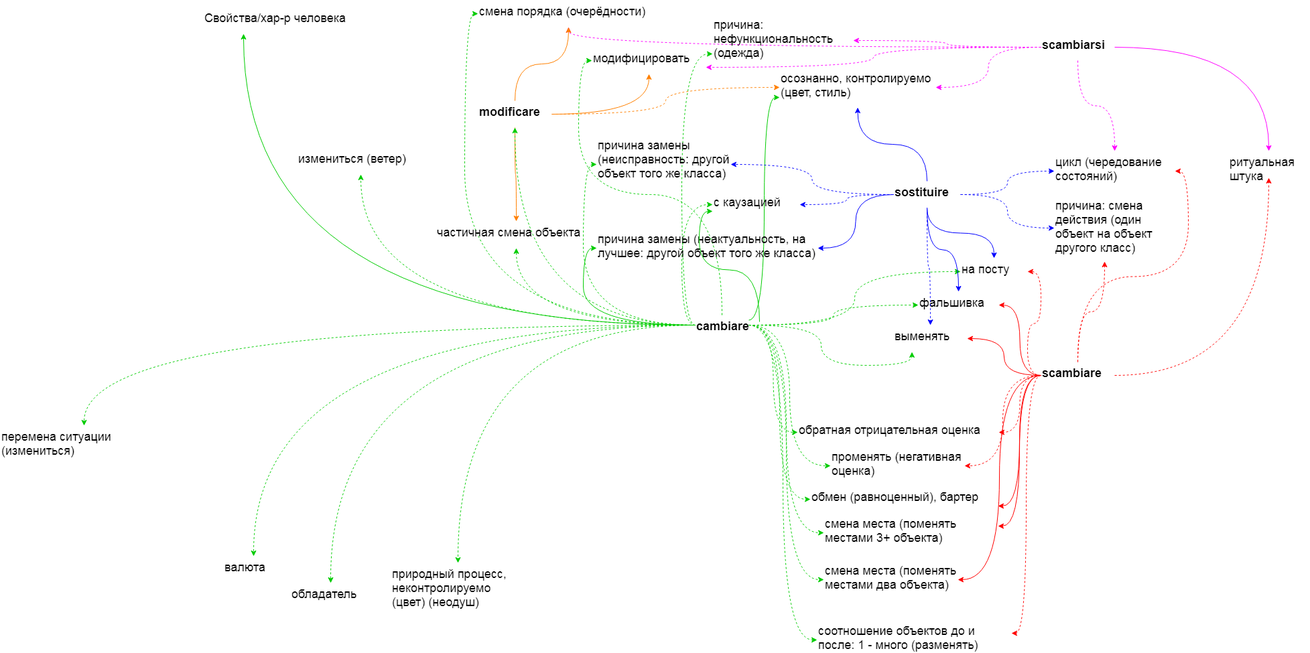
Earlier version of the draw.io export итал.png (JanaKoko/try). Source tidied: cells renumbered, new cells last; positions are measured from the earlier drawing's top-left corner, leaving out a move shared by most shapes.
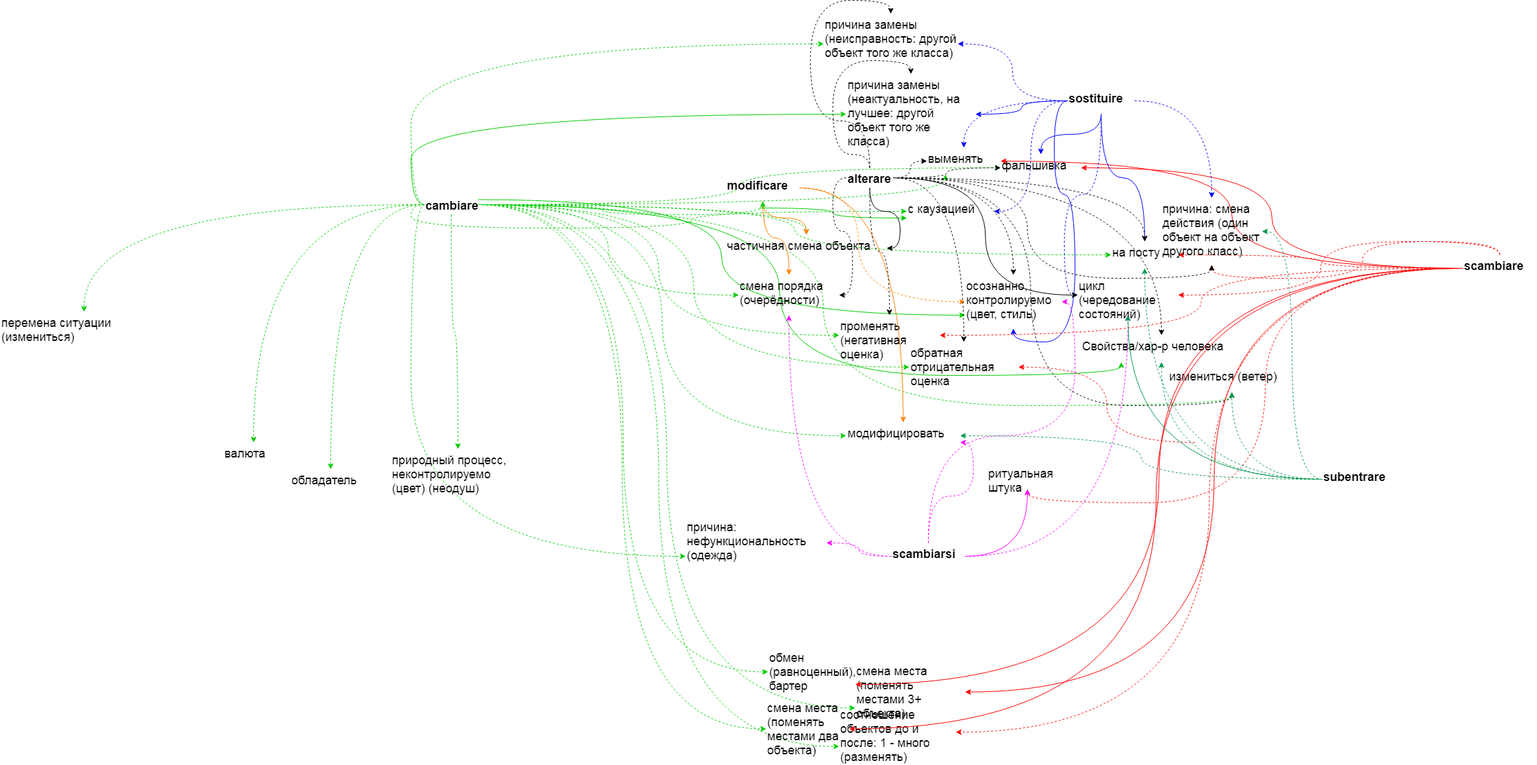
After the commit.

The edit, as a diff of the source:
```diff
@@ -72,25 +72,25 @@
       <mxGeometry relative="1" as="geometry" />
     </mxCell>
     <mxCell id="25" value="cambiare" style="text;whiteSpace=wrap;html=1;fontSize=18;fontStyle=1;" parent="1" vertex="1">
-      <mxGeometry x="1037" y="470" width="80" height="30" as="geometry" />
+      <mxGeometry x="633" y="460" width="80" height="30" as="geometry" />
     </mxCell>
     <mxCell id="26" value="Свойства/хар-р человека" style="text;whiteSpace=wrap;html=1;fontSize=18;" parent="1" vertex="1">
-      <mxGeometry x="303" y="10" width="240" height="40" as="geometry" />
+      <mxGeometry x="1613" y="670" width="240" height="40" as="geometry" />
     </mxCell>
     <mxCell id="27" value="причина замены (неактуальность, на лучшее: другой объект того же класса)" style="text;whiteSpace=wrap;html=1;fontSize=18;" parent="1" vertex="1">
-      <mxGeometry x="890" y="340" width="330" height="60" as="geometry" />
+      <mxGeometry x="1262.5" y="280" width="193" height="120" as="geometry" />
     </mxCell>
     <mxCell id="28" value="осознанно, контролируемо (цвет, стиль)" style="text;whiteSpace=wrap;html=1;fontSize=18;" parent="1" vertex="1">
-      <mxGeometry x="1163" y="100" width="233" height="60" as="geometry" />
+      <mxGeometry x="1440" y="580" width="144" height="80" as="geometry" />
     </mxCell>
     <mxCell id="29" value="выменять" style="text;whiteSpace=wrap;html=1;fontSize=18;" parent="1" vertex="1">
-      <mxGeometry x="1333" y="485" width="110" height="40" as="geometry" />
+      <mxGeometry x="1383" y="390" width="110" height="40" as="geometry" />
     </mxCell>
     <mxCell id="30" value="смена места (поменять местами 3+ объекта)" style="text;whiteSpace=wrap;html=1;fontSize=18;" parent="1" vertex="1">
-      <mxGeometry x="1229" y="765" width="260" height="40" as="geometry" />
+      <mxGeometry x="1276" y="1155" width="164" height="95" as="geometry" />
     </mxCell>
     <mxCell id="31" value="причина: нефункциональность (одежда)" style="text;whiteSpace=wrap;html=1;fontSize=18;" parent="1" vertex="1">
-      <mxGeometry x="1063" y="20" width="210" height="80" as="geometry" />
+      <mxGeometry x="1023" y="940" width="210" height="80" as="geometry" />
     </mxCell>
     <mxCell id="32" value="природный процесс, неконтролируемо (цвет) (неодуш)" style="text;whiteSpace=wrap;html=1;fontSize=18;" parent="1" vertex="1">
       <mxGeometry x="583" y="840" width="200" height="90" as="geometry" />
@@ -105,37 +105,37 @@
       <mxGeometry y="635" width="250" height="40" as="geometry" />
     </mxCell>
     <mxCell id="36" value="модифицировать" style="text;whiteSpace=wrap;html=1;fontSize=18;" parent="1" vertex="1">
-      <mxGeometry x="883" y="70" width="170" height="40" as="geometry" />
+      <mxGeometry x="1262.5" y="800" width="170" height="40" as="geometry" />
     </mxCell>
     <mxCell id="37" value="соотношение объектов до и после: 1 - много (разменять)" style="text;whiteSpace=wrap;html=1;fontSize=18;" parent="1" vertex="1">
-      <mxGeometry x="1219" y="925" width="290" height="40" as="geometry" />
+      <mxGeometry x="1252" y="1220" width="174" height="85" as="geometry" />
     </mxCell>
     <mxCell id="38" value="смена порядка (очерёдности)" style="text;whiteSpace=wrap;html=1;fontSize=18;" parent="1" vertex="1">
-      <mxGeometry x="713" width="270" height="40" as="geometry" />
+      <mxGeometry x="1102" y="580" width="150" height="60" as="geometry" />
     </mxCell>
     <mxCell id="39" value="причина замены (неисправность: другой объект того же класса)" style="text;whiteSpace=wrap;html=1;fontSize=18;" parent="1" vertex="1">
-      <mxGeometry x="890" y="200" width="200" height="90" as="geometry" />
+      <mxGeometry x="1229" y="190" width="200" height="90" as="geometry" />
     </mxCell>
     <mxCell id="40" value="частичная смена объекта" style="text;whiteSpace=wrap;html=1;fontSize=18;" parent="1" vertex="1">
-      <mxGeometry x="650" y="330" width="240" height="40" as="geometry" />
+      <mxGeometry x="1083" y="520" width="240" height="40" as="geometry" />
     </mxCell>
     <mxCell id="41" value="измениться (ветер)" style="text;whiteSpace=wrap;html=1;fontSize=18;" parent="1" vertex="1">
-      <mxGeometry x="443" y="220" width="190" height="40" as="geometry" />
+      <mxGeometry x="1743" y="715" width="190" height="40" as="geometry" />
     </mxCell>
     <mxCell id="42" value="фальшивка" style="text;whiteSpace=wrap;html=1;fontSize=18;" parent="1" vertex="1">
-      <mxGeometry x="1370" y="435" width="120" height="40" as="geometry" />
+      <mxGeometry x="1493" y="400" width="120" height="40" as="geometry" />
     </mxCell>
     <mxCell id="43" value="обратная отрицательная оценка" style="text;whiteSpace=wrap;html=1;fontSize=18;" parent="1" vertex="1">
-      <mxGeometry x="1190" y="625" width="300" height="40" as="geometry" />
+      <mxGeometry x="1356.5" y="680" width="163" height="75" as="geometry" />
     </mxCell>
     <mxCell id="44" value="на посту" style="text;whiteSpace=wrap;html=1;fontSize=18;" parent="1" vertex="1">
-      <mxGeometry x="1433" y="385" width="100" height="40" as="geometry" />
+      <mxGeometry x="1658" y="530" width="100" height="40" as="geometry" />
     </mxCell>
     <mxCell id="45" value="обмен (равноценный), бартер" style="text;whiteSpace=wrap;html=1;fontSize=18;" parent="1" vertex="1">
-      <mxGeometry x="1209" y="725" width="280" height="40" as="geometry" />
+      <mxGeometry x="1146" y="1135" width="130" height="75" as="geometry" />
     </mxCell>
     <mxCell id="46" value="променять (негативная оценка)" style="text;whiteSpace=wrap;html=1;fontSize=18;" parent="1" vertex="1">
-      <mxGeometry x="1239" y="665" width="200" height="60" as="geometry" />
+      <mxGeometry x="1252" y="640" width="150" height="60" as="geometry" />
     </mxCell>
     <mxCell id="47" style="edgeStyle=orthogonalEdgeStyle;curved=1;rounded=0;jettySize=auto;html=1;entryX=1;entryY=0.5;entryDx=0;entryDy=0;strokeColor=#FF0000;fontSize=18;" parent="1" edge="1" source="58" target="30">
       <mxGeometry relative="1" as="geometry" />
@@ -164,23 +164,25 @@
     <mxCell id="55" style="edgeStyle=orthogonalEdgeStyle;curved=1;rounded=0;jettySize=auto;html=1;entryX=1;entryY=0.5;entryDx=0;entryDy=0;dashed=1;strokeColor=#FF0000;fontSize=18;" parent="1" edge="1" source="58" target="44">
       <mxGeometry relative="1" as="geometry" />
     </mxCell>
-    <mxCell id="56" style="edgeStyle=orthogonalEdgeStyle;curved=1;rounded=0;jettySize=auto;html=1;entryX=1;entryY=0.5;entryDx=0;entryDy=0;dashed=1;strokeColor=#FF0000;fontSize=18;" parent="1" edge="1" source="58" target="43">
-      <mxGeometry relative="1" as="geometry" />
+    <mxCell id="56" style="edgeStyle=orthogonalEdgeStyle;curved=1;rounded=0;jettySize=auto;html=1;entryX=1;entryY=0.5;entryDx=0;entryDy=0;dashed=1;strokeColor=#FF0000;fontSize=18;" parent="1" edge="1" target="43">
+      <mxGeometry relative="1" as="geometry">
+        <mxPoint x="1783" y="830" as="sourcePoint" />
+      </mxGeometry>
     </mxCell>
     <mxCell id="57" style="edgeStyle=orthogonalEdgeStyle;curved=1;rounded=0;jettySize=auto;html=1;entryX=1;entryY=0.5;entryDx=0;entryDy=0;dashed=1;strokeColor=#FF0000;fontSize=18;" parent="1" edge="1" source="58" target="46">
       <mxGeometry relative="1" as="geometry" />
     </mxCell>
     <mxCell id="58" value="scambiare" style="text;whiteSpace=wrap;html=1;fontSize=18;fontStyle=1;" parent="1" vertex="1">
-      <mxGeometry x="1553" y="540" width="110" height="40" as="geometry" />
+      <mxGeometry x="2183" y="550" width="110" height="40" as="geometry" />
     </mxCell>
     <mxCell id="59" value="ритуальная штука" style="text;whiteSpace=wrap;html=1;fontSize=18;" parent="1" vertex="1">
-      <mxGeometry x="1833" y="225" width="120" height="40" as="geometry" />
+      <mxGeometry x="1473" y="860" width="120" height="40" as="geometry" />
     </mxCell>
     <mxCell id="60" value="причина: смена действия (один объект на объект другого класс)" style="text;whiteSpace=wrap;html=1;fontSize=18;" parent="1" vertex="1">
-      <mxGeometry x="1573" y="290" width="150" height="100" as="geometry" />
+      <mxGeometry x="1733" y="465" width="150" height="100" as="geometry" />
     </mxCell>
     <mxCell id="61" value="смена места (поменять местами два объекта)" style="text;whiteSpace=wrap;html=1;fontSize=18;" parent="1" vertex="1">
-      <mxGeometry x="1229" y="835" width="200" height="60" as="geometry" />
+      <mxGeometry x="1143" y="1210" width="124" height="95" as="geometry" />
     </mxCell>
     <mxCell id="62" style="edgeStyle=orthogonalEdgeStyle;curved=1;rounded=0;jettySize=auto;html=1;entryX=0.5;entryY=1;entryDx=0;entryDy=0;strokeColor=#0000FF;fontSize=18;" parent="1" edge="1" source="71" target="28">
       <mxGeometry relative="1" as="geometry" />
@@ -210,7 +212,7 @@
       <mxGeometry relative="1" as="geometry" />
     </mxCell>
     <mxCell id="71" value="sostituire" style="text;whiteSpace=wrap;html=1;fontSize=18;fontStyle=1;" parent="1" vertex="1">
-      <mxGeometry x="1333" y="270" width="100" height="40" as="geometry" />
+      <mxGeometry x="1593" y="300" width="100" height="40" as="geometry" />
     </mxCell>
     <mxCell id="72" style="edgeStyle=orthogonalEdgeStyle;curved=1;rounded=0;jettySize=auto;html=1;strokeColor=#FF00FF;fontSize=18;" parent="1" edge="1" source="78" target="59">
       <mxGeometry relative="1" as="geometry" />
@@ -231,10 +233,10 @@
       <mxGeometry relative="1" as="geometry" />
     </mxCell>
     <mxCell id="78" value="scambiarsi" style="text;whiteSpace=wrap;html=1;fontSize=18;fontStyle=1;" parent="1" vertex="1">
-      <mxGeometry x="1553" y="50" width="110" height="40" as="geometry" />
+      <mxGeometry x="1330" y="980" width="110" height="40" as="geometry" />
     </mxCell>
     <mxCell id="79" value="цикл (чередование состояний)" style="text;whiteSpace=wrap;html=1;fontSize=18;" parent="1" vertex="1">
-      <mxGeometry x="1573" y="225" width="180" height="60" as="geometry" />
+      <mxGeometry x="1608" y="580" width="150" height="60" as="geometry" />
     </mxCell>
     <mxCell id="80" style="edgeStyle=orthogonalEdgeStyle;curved=1;rounded=0;jettySize=auto;html=1;entryX=1;entryY=0.5;entryDx=0;entryDy=0;dashed=1;strokeColor=#FF0000;fontSize=18;exitX=0.5;exitY=0;exitDx=0;exitDy=0;" parent="1" edge="1" source="58" target="79">
       <mxGeometry relative="1" as="geometry" />
@@ -249,21 +251,91 @@
       <mxGeometry relative="1" as="geometry" />
     </mxCell>
     <mxCell id="84" style="edgeStyle=orthogonalEdgeStyle;curved=1;rounded=0;jettySize=auto;html=1;strokeColor=#FF8000;fontSize=18;dashed=1;" parent="1" edge="1" source="85" target="28">
-      <mxGeometry relative="1" as="geometry" />
+      <mxGeometry relative="1" as="geometry">
+        <Array as="points">
+          <mxPoint x="1281" y="450" />
+        </Array>
+      </mxGeometry>
     </mxCell>
     <mxCell id="85" value="modificare" style="text;whiteSpace=wrap;html=1;fontSize=18;fontStyle=1;" parent="1" vertex="1">
-      <mxGeometry x="713" y="150" width="110" height="40" as="geometry" />
+      <mxGeometry x="1083" y="430" width="110" height="40" as="geometry" />
     </mxCell>
     <mxCell id="86" style="edgeStyle=orthogonalEdgeStyle;curved=1;rounded=0;jettySize=auto;html=1;entryX=0.5;entryY=1;entryDx=0;entryDy=0;dashed=1;fontSize=18;strokeColor=#00CC00;" parent="1" edge="1" source="25" target="85">
       <mxGeometry relative="1" as="geometry" />
     </mxCell>
     <mxCell id="87" value="с каузацией" style="text;whiteSpace=wrap;html=1;fontSize=18;" parent="1" vertex="1">
-      <mxGeometry x="1063" y="285" width="130" height="40" as="geometry" />
+      <mxGeometry x="1353" y="465" width="130" height="40" as="geometry" />
     </mxCell>
     <mxCell id="88" style="edgeStyle=orthogonalEdgeStyle;curved=1;rounded=0;jettySize=auto;html=1;fontSize=18;strokeColor=#00CC00;entryX=0;entryY=0.75;entryDx=0;entryDy=0;" parent="1" edge="1" target="87">
       <mxGeometry relative="1" as="geometry">
         <mxPoint x="1133" y="480" as="sourcePoint" />
       </mxGeometry>
     </mxCell>
+    <mxCell id="89" style="edgeStyle=orthogonalEdgeStyle;rounded=0;jettySize=auto;html=1;entryX=0;entryY=0.5;entryDx=0;entryDy=0;fontSize=18;curved=1;" parent="1" edge="1" source="103" target="79">
+      <mxGeometry relative="1" as="geometry" />
+    </mxCell>
+    <mxCell id="90" style="edgeStyle=orthogonalEdgeStyle;curved=1;rounded=0;jettySize=auto;html=1;entryX=1;entryY=0.5;entryDx=0;entryDy=0;fontSize=18;" parent="1" edge="1" source="103" target="40">
+      <mxGeometry relative="1" as="geometry" />
+    </mxCell>
+    <mxCell id="91" style="edgeStyle=orthogonalEdgeStyle;curved=1;rounded=0;jettySize=auto;html=1;entryX=1;entryY=0.5;entryDx=0;entryDy=0;fontSize=18;dashed=1;" parent="1" edge="1" source="103" target="38">
+      <mxGeometry relative="1" as="geometry" />
+    </mxCell>
+    <mxCell id="92" style="edgeStyle=orthogonalEdgeStyle;curved=1;rounded=0;jettySize=auto;html=1;entryX=0.5;entryY=0;entryDx=0;entryDy=0;dashed=1;fontSize=18;" parent="1" edge="1" source="103" target="44">
+      <mxGeometry relative="1" as="geometry" />
+    </mxCell>
+    <mxCell id="93" style="edgeStyle=orthogonalEdgeStyle;curved=1;rounded=0;jettySize=auto;html=1;entryX=0.5;entryY=0;entryDx=0;entryDy=0;dashed=1;fontSize=18;" parent="1" edge="1" source="103" target="27">
+      <mxGeometry relative="1" as="geometry" />
+    </mxCell>
+    <mxCell id="94" style="edgeStyle=orthogonalEdgeStyle;curved=1;rounded=0;jettySize=auto;html=1;dashed=1;fontSize=18;" parent="1" edge="1" source="103" target="42">
+      <mxGeometry relative="1" as="geometry" />
+    </mxCell>
+    <mxCell id="95" style="edgeStyle=orthogonalEdgeStyle;curved=1;rounded=0;jettySize=auto;html=1;entryX=0.5;entryY=0;entryDx=0;entryDy=0;dashed=1;fontSize=18;" parent="1" edge="1" source="103" target="39">
+      <mxGeometry relative="1" as="geometry" />
+    </mxCell>
+    <mxCell id="96" style="edgeStyle=orthogonalEdgeStyle;curved=1;rounded=0;jettySize=auto;html=1;dashed=1;fontSize=18;" parent="1" edge="1" source="103" target="29">
+      <mxGeometry relative="1" as="geometry" />
+    </mxCell>
+    <mxCell id="97" style="edgeStyle=orthogonalEdgeStyle;curved=1;rounded=0;jettySize=auto;html=1;entryX=0.5;entryY=1;entryDx=0;entryDy=0;dashed=1;fontSize=18;" parent="1" edge="1" source="103" target="60">
+      <mxGeometry relative="1" as="geometry" />
+    </mxCell>
+    <mxCell id="98" style="edgeStyle=orthogonalEdgeStyle;curved=1;rounded=0;jettySize=auto;html=1;dashed=1;fontSize=18;" parent="1" edge="1" source="103" target="46">
+      <mxGeometry relative="1" as="geometry" />
+    </mxCell>
+    <mxCell id="99" style="edgeStyle=orthogonalEdgeStyle;curved=1;rounded=0;jettySize=auto;html=1;dashed=1;fontSize=18;" parent="1" edge="1" source="103" target="43">
+      <mxGeometry relative="1" as="geometry" />
+    </mxCell>
+    <mxCell id="100" style="edgeStyle=orthogonalEdgeStyle;curved=1;rounded=0;jettySize=auto;html=1;dashed=1;fontSize=18;" parent="1" edge="1" source="103" target="26">
+      <mxGeometry relative="1" as="geometry" />
+    </mxCell>
+    <mxCell id="101" style="edgeStyle=orthogonalEdgeStyle;curved=1;rounded=0;jettySize=auto;html=1;entryX=0.5;entryY=1;entryDx=0;entryDy=0;dashed=1;fontSize=18;" parent="1" edge="1" source="103" target="41">
+      <mxGeometry relative="1" as="geometry" />
+    </mxCell>
+    <mxCell id="102" style="edgeStyle=orthogonalEdgeStyle;curved=1;rounded=0;jettySize=auto;html=1;dashed=1;fontSize=18;" parent="1" edge="1" source="103" target="28">
+      <mxGeometry relative="1" as="geometry" />
+    </mxCell>
+    <mxCell id="103" value="alterare" style="text;whiteSpace=wrap;html=1;fontSize=18;fontStyle=1;" parent="1" vertex="1">
+      <mxGeometry x="1262.5" y="420" width="70" height="30" as="geometry" />
+    </mxCell>
+    <mxCell id="104" style="edgeStyle=orthogonalEdgeStyle;curved=1;rounded=0;jettySize=auto;html=1;entryX=0.5;entryY=1;entryDx=0;entryDy=0;fontSize=18;strokeColor=#00994D;fillColor=#009900;" parent="1" edge="1" source="110" target="79">
+      <mxGeometry relative="1" as="geometry" />
+    </mxCell>
+    <mxCell id="105" style="edgeStyle=orthogonalEdgeStyle;curved=1;rounded=0;jettySize=auto;html=1;strokeColor=#00994D;fillColor=#009900;fontSize=18;dashed=1;" parent="1" edge="1" source="110" target="44">
+      <mxGeometry relative="1" as="geometry" />
+    </mxCell>
+    <mxCell id="106" style="edgeStyle=orthogonalEdgeStyle;curved=1;rounded=0;jettySize=auto;html=1;entryX=1;entryY=0.5;entryDx=0;entryDy=0;dashed=1;strokeColor=#00994D;fillColor=#009900;fontSize=18;" parent="1" edge="1" source="110" target="60">
+      <mxGeometry relative="1" as="geometry" />
+    </mxCell>
+    <mxCell id="107" style="edgeStyle=orthogonalEdgeStyle;curved=1;rounded=0;jettySize=auto;html=1;dashed=1;strokeColor=#00994D;fillColor=#009900;fontSize=18;" parent="1" edge="1" source="110" target="26">
+      <mxGeometry relative="1" as="geometry" />
+    </mxCell>
+    <mxCell id="108" style="edgeStyle=orthogonalEdgeStyle;curved=1;rounded=0;jettySize=auto;html=1;entryX=0.5;entryY=1;entryDx=0;entryDy=0;dashed=1;strokeColor=#00994D;fillColor=#009900;fontSize=18;" parent="1" edge="1" source="110" target="41">
+      <mxGeometry relative="1" as="geometry" />
+    </mxCell>
+    <mxCell id="109" style="edgeStyle=orthogonalEdgeStyle;curved=1;rounded=0;jettySize=auto;html=1;entryX=1;entryY=0.5;entryDx=0;entryDy=0;dashed=1;strokeColor=#00994D;fillColor=#009900;fontSize=18;" parent="1" edge="1" source="110" target="36">
+      <mxGeometry relative="1" as="geometry" />
+    </mxCell>
+    <mxCell id="110" value="subentrare" style="text;whiteSpace=wrap;html=1;fontSize=18;fontStyle=1;" parent="1" vertex="1">
+      <mxGeometry x="1973" y="865" width="110" height="40" as="geometry" />
+    </mxCell>
   </root>
 </mxGraphModel>
```
